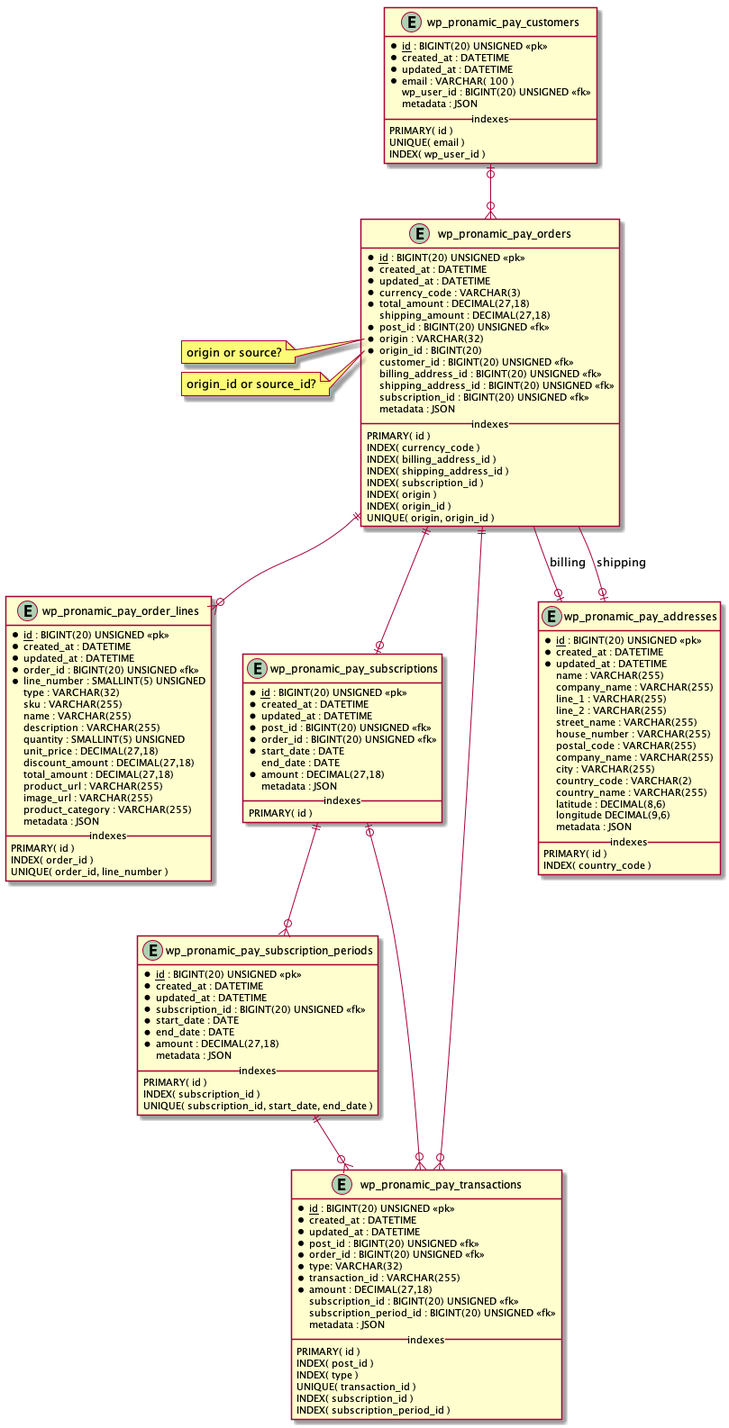
This is documentation/db.png from 8KCool/WordPress-Plugin-iDEAL-Bancontact-, a PlantUML export, as it was before one commit.
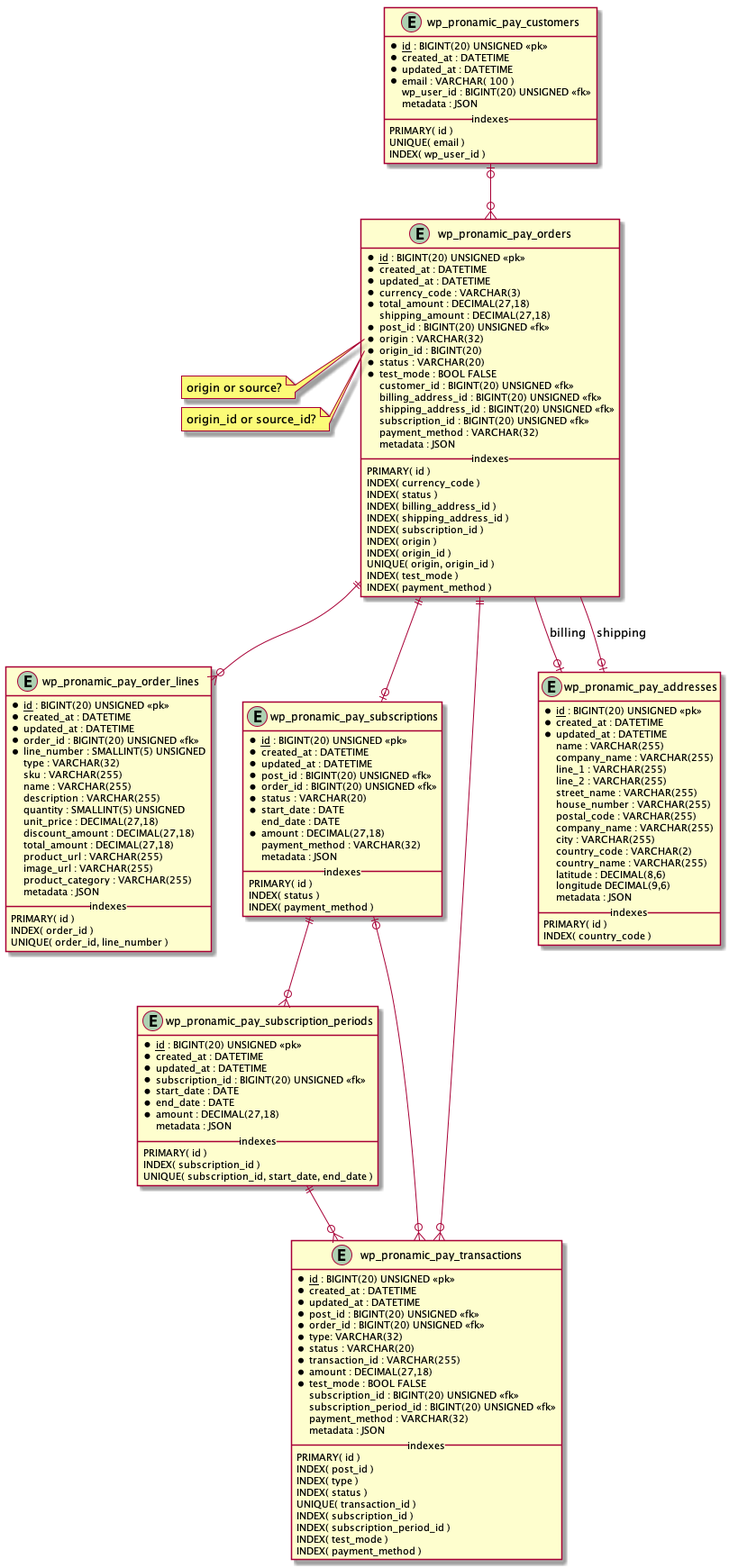
After the commit.

The edit, as a diff of the source:
```diff
@@ -24,20 +24,26 @@
 	* post_id : BIGINT(20) UNSIGNED <<fk>>
 	* origin : VARCHAR(32)
 	* origin_id : BIGINT(20)
+	* status : VARCHAR(20)
+	* test_mode : BOOL FALSE
 	customer_id : BIGINT(20) UNSIGNED <<fk>>
 	billing_address_id : BIGINT(20) UNSIGNED <<fk>>
 	shipping_address_id : BIGINT(20) UNSIGNED <<fk>>
 	subscription_id : BIGINT(20) UNSIGNED <<fk>>
+	payment_method : VARCHAR(32)
 	metadata : JSON
 	__ indexes __
 	PRIMARY( id )
 	INDEX( currency_code )
+	INDEX( status )
 	INDEX( billing_address_id )
 	INDEX( shipping_address_id )
 	INDEX( subscription_id )
 	INDEX( origin )
 	INDEX( origin_id )
 	UNIQUE( origin, origin_id )
+	INDEX( test_mode )
+	INDEX( payment_method )
 }
 
 note left of order::origin
@@ -78,12 +84,16 @@
 	* updated_at : DATETIME
 	* post_id : BIGINT(20) UNSIGNED <<fk>>
 	* order_id : BIGINT(20) UNSIGNED <<fk>>
+	* status : VARCHAR(20)
 	* start_date : DATE
 	end_date : DATE
 	* amount : DECIMAL(27,18)
+	payment_method : VARCHAR(32)
 	metadata : JSON
 	__ indexes __
 	PRIMARY( id )
+	INDEX( status )
+	INDEX( payment_method )
 }
 
 entity "wp_pronamic_pay_subscription_periods" as subscription_period {
@@ -108,18 +118,24 @@
 	* post_id : BIGINT(20) UNSIGNED <<fk>>
 	* order_id : BIGINT(20) UNSIGNED <<fk>>
 	* type: VARCHAR(32)
+	* status : VARCHAR(20)
 	* transaction_id : VARCHAR(255)
 	* amount : DECIMAL(27,18)
+	* test_mode : BOOL FALSE
 	subscription_id : BIGINT(20) UNSIGNED <<fk>>
 	subscription_period_id : BIGINT(20) UNSIGNED <<fk>>
+	payment_method : VARCHAR(32)
 	metadata : JSON
 	__ indexes __
 	PRIMARY( id )
 	INDEX( post_id )
 	INDEX( type )
+	INDEX( status )
 	UNIQUE( transaction_id )
 	INDEX( subscription_id )
 	INDEX( subscription_period_id )
+	INDEX( test_mode )
+	INDEX( payment_method )
 }
 
 entity "wp_pronamic_pay_addresses" as address {
```
